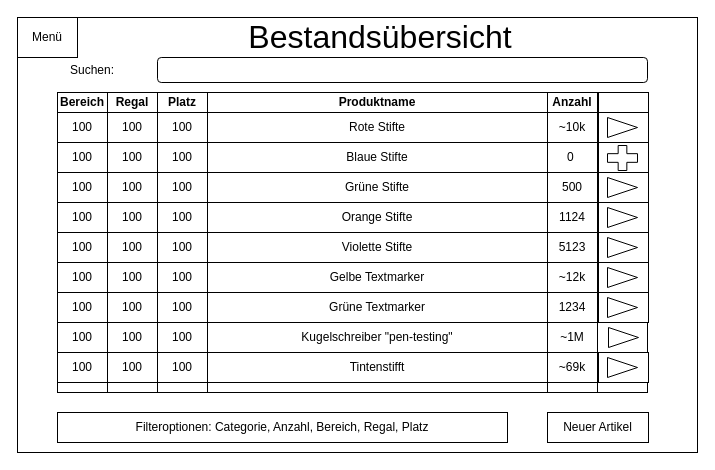
This is dev/mockups/raw/Bestandsansicht.drawio from callidaria/pen-testing, a draw.io file, before an edit. Source tidied: cells renumbered, new cells numbered last; positions are measured from the earlier drawing's top-left corner, leaving out a move shared by most shapes. Both pictures are drawn from the tidied source at 100%, with x=0, y=0 at pixel (17, 17).
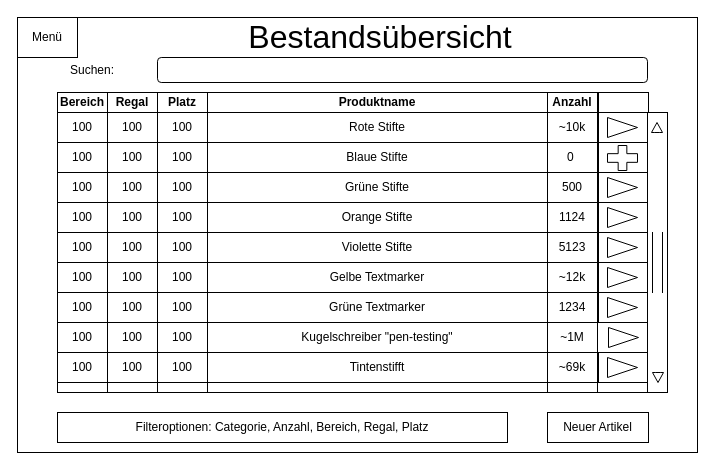
Above is the later version.

The edit, as a diff of the source:
```diff
@@
+    <mxCell id="85" style="rounded=0;whiteSpace=wrap;html=1;" parent="1" vertex="1">
+      <mxGeometry x="630" y="95" width="20" height="280" as="geometry" />
+    </mxCell>
+    <mxCell id="86" style="shape=partialRectangle;whiteSpace=wrap;html=1;top=0;bottom=0;fillColor=none;" parent="1" vertex="1">
+      <mxGeometry x="635" y="215" width="10" height="60" as="geometry" />
+    </mxCell>
+    <mxCell id="87" style="html=1;shadow=0;dashed=0;align=center;verticalAlign=middle;shape=mxgraph.arrows2.arrow;dy=0.6;dx=40;direction=south;notch=0;" parent="1" vertex="1">
+      <mxGeometry x="635" y="355" width="11" height="10" as="geometry" />
+    </mxCell>
+    <mxCell id="88" style="html=1;shadow=0;dashed=0;align=center;verticalAlign=middle;shape=mxgraph.arrows2.arrow;dy=0.6;dx=40;direction=north;notch=0;" parent="1" vertex="1">
+      <mxGeometry x="634" y="105" width="11" height="10" as="geometry" />
+    </mxCell>
```
